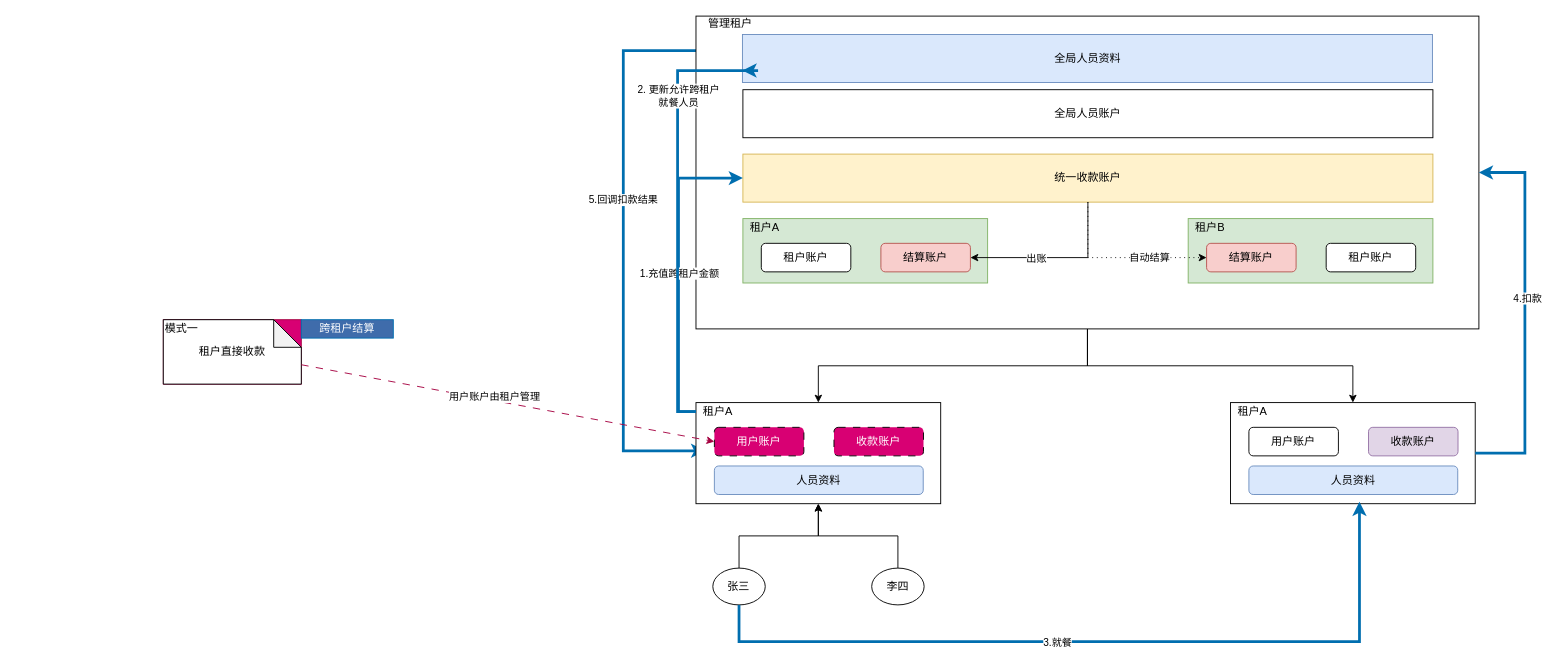
Above: 集团版设计.drawio in liolay/draw (draw.io), before the change. Source tidied: cells renumbered, new cells numbered last; positions are measured from the earlier drawing's top-left corner, leaving out a move shared by most shapes. Both pictures are drawn from the tidied source at 92%, with x=0, y=0 at pixel (163, 16).
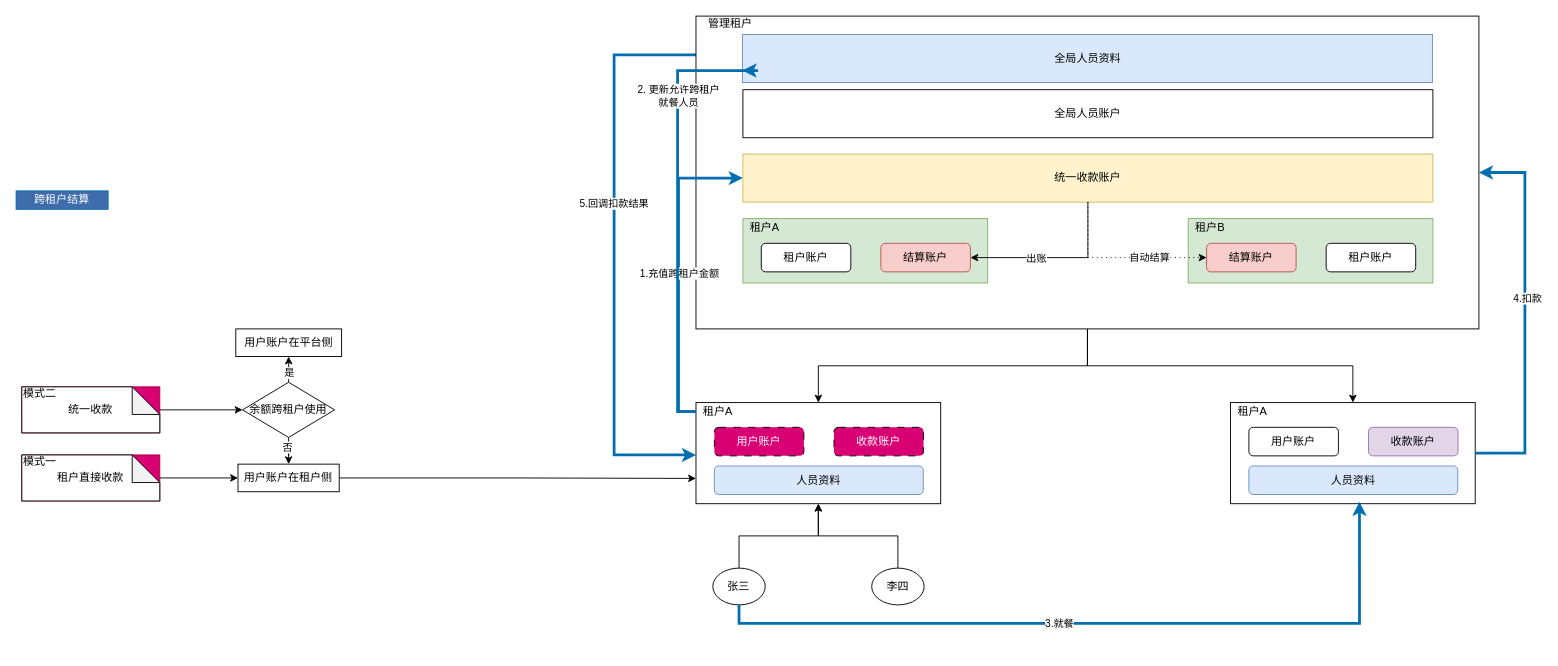
After the change.

Commit message (it also covers changes not shown here):
更新集团版设计.drawio

The change refers to these unchanged cells:
```xml
<mxCell id="25" value="张三" style="ellipse;whiteSpace=wrap;html=1;" parent="1" vertex="1">
  <mxGeometry x="597.3" y="600" width="57" height="40" as="geometry" />
</mxCell>
<mxCell id="27" style="rounded=0;whiteSpace=wrap;html=1;glass=0;" parent="26" vertex="1">
  <mxGeometry y="0.1" width="266" height="109.9" as="geometry" />
</mxCell>
<mxCell id="33" style="rounded=0;whiteSpace=wrap;html=1;glass=0;" parent="32" vertex="1">
  <mxGeometry y="0.1" width="266" height="109.9" as="geometry" />
</mxCell>
<mxCell id="35" value="用户账户" style="rounded=1;whiteSpace=wrap;html=1;strokeColor=light-dark(#030303, #ffa9e0);dashed=1;dashPattern=8 8;fillColor=#d80073;fontColor=#ffffff;" parent="32" vertex="1">
  <mxGeometry x="20" y="27" width="97.3" height="31" as="geometry" />
</mxCell>
```

Change to the diagram source:
```diff
@@
     <mxCell id="4" style="edgeStyle=orthogonalEdgeStyle;rounded=0;orthogonalLoop=1;jettySize=auto;html=1;exitX=0.006;exitY=0.118;exitDx=0;exitDy=0;entryX=0;entryY=0.5;entryDx=0;entryDy=0;fillColor=#1ba1e2;strokeColor=#006EAF;exitPerimeter=0;elbow=vertical;strokeWidth=3;" parent="1" edge="1">
       <mxGeometry relative="1" as="geometry">
-        <mxPoint x="594.1" y="37.6" as="sourcePoint" />
-        <mxPoint x="589" y="472.5" as="targetPoint" />
+        <mxPoint x="584.1" y="42.1" as="sourcePoint" />
+        <mxPoint x="579" y="477" as="targetPoint" />
         <Array as="points">
-          <mxPoint x="500" y="37.5" />
-          <mxPoint x="500" y="472.5" />
+          <mxPoint x="490" y="41.9" />
+          <mxPoint x="490" y="476.9" />
         </Array>
       </mxGeometry>
     </mxCell>
@@
     <mxCell id="41" style="group;fillColor=#d80073;fontColor=#ffffff;strokeColor=#A50040;" parent="1" vertex="1">
-      <mxGeometry y="330" width="150" height="70" as="geometry" />
+      <mxGeometry x="-153.8" y="477" width="150" height="50" as="geometry" />
     </mxCell>
     <mxCell id="42" value="租户直接收款" style="shape=note;whiteSpace=wrap;html=1;backgroundOutline=1;darkOpacity=0.05;" parent="41" vertex="1">
-      <mxGeometry width="150" height="70" as="geometry" />
+      <mxGeometry width="150" height="50" as="geometry" />
     </mxCell>
     <mxCell id="43" value="模式一" style="text;html=1;whiteSpace=wrap;strokeColor=none;fillColor=none;align=left;verticalAlign=middle;rounded=0;" parent="41" vertex="1">
-      <mxGeometry width="120" height="20" as="geometry" />
+      <mxGeometry width="120" height="14.3" as="geometry" />
     </mxCell>
-    <mxCell id="44" style="rounded=0;jettySize=auto;html=1;entryX=0;entryY=0.5;entryDx=0;entryDy=0;dashed=1;dashPattern=8 8;fillColor=#d80073;strokeColor=#A50040;" parent="1" edge="1" source="42" target="35">
-      <mxGeometry relative="1" as="geometry" />
-    </mxCell>
-    <mxCell id="45" value="用户账户由租户管理" style="edgeLabel;html=1;align=center;verticalAlign=middle;" parent="44" vertex="1">
-      <mxGeometry x="-0.07" y="4" relative="1" as="geometry" />
-    </mxCell>
     <mxCell id="46" value="跨租户结算" style="rounded=0;whiteSpace=wrap;html=1;fillColor=light-dark(#3f6cab, #198cc4);fontColor=#ffffff;strokeColor=#006EAF;" parent="1" vertex="1">
-      <mxGeometry x="150" y="330" width="100" height="20" as="geometry" />
+      <mxGeometry x="-160" y="190" width="100" height="20" as="geometry" />
     </mxCell>
@@
     <mxCell id="49" style="edgeStyle=orthogonalEdgeStyle;rounded=0;jettySize=auto;html=1;entryX=0.527;entryY=0.98;entryDx=0;entryDy=0;entryPerimeter=0;fillColor=#1ba1e2;strokeColor=#006EAF;strokeWidth=3;" parent="1" edge="1" source="25" target="27">
       <mxGeometry relative="1" as="geometry">
         <Array as="points">
-          <mxPoint x="626" y="680" />
-          <mxPoint x="1300" y="680" />
+          <mxPoint x="626" y="660" />
+          <mxPoint x="1300" y="660" />
         </Array>
       </mxGeometry>
     </mxCell>
@@
+    <mxCell id="55" value="用户账户在平台侧" style="rounded=0;whiteSpace=wrap;html=1;" parent="1" vertex="1">
+      <mxGeometry x="78.8" y="340" width="115" height="30" as="geometry" />
+    </mxCell>
+    <mxCell id="56" style="edgeStyle=orthogonalEdgeStyle;rounded=0;jettySize=auto;html=1;exitX=0.5;exitY=1;exitDx=0;exitDy=0;" parent="1" edge="1" source="60" target="62">
+      <mxGeometry relative="1" as="geometry" />
+    </mxCell>
+    <mxCell id="57" value="否" style="edgeLabel;html=1;align=center;verticalAlign=middle;" parent="56" vertex="1">
+      <mxGeometry x="-0.15" y="1" relative="1" as="geometry">
+        <mxPoint x="-1" y="-8" as="offset" />
+      </mxGeometry>
+    </mxCell>
+    <mxCell id="58" style="edgeStyle=orthogonalEdgeStyle;rounded=0;jettySize=auto;html=1;exitX=0.5;exitY=0;exitDx=0;exitDy=0;entryX=0.5;entryY=1;entryDx=0;entryDy=0;" parent="1" edge="1" source="60" target="55">
+      <mxGeometry relative="1" as="geometry" />
+    </mxCell>
+    <mxCell id="59" value="是" style="edgeLabel;html=1;align=center;verticalAlign=middle;" parent="58" vertex="1">
+      <mxGeometry x="0.08" y="2" relative="1" as="geometry">
+        <mxPoint x="2" y="5" as="offset" />
+      </mxGeometry>
+    </mxCell>
+    <mxCell id="60" value="余额跨租户使用" style="rhombus;whiteSpace=wrap;html=1;" parent="1" vertex="1">
+      <mxGeometry x="86.2" y="398" width="100" height="60" as="geometry" />
+    </mxCell>
+    <mxCell id="61" style="edgeStyle=orthogonalEdgeStyle;rounded=0;jettySize=auto;html=1;entryX=0;entryY=0.75;entryDx=0;entryDy=0;" parent="1" edge="1" source="62" target="33">
+      <mxGeometry relative="1" as="geometry" />
+    </mxCell>
+    <mxCell id="62" value="用户账户在租户侧" style="rounded=0;whiteSpace=wrap;html=1;" parent="1" vertex="1">
+      <mxGeometry x="81.2" y="487" width="110" height="30" as="geometry" />
+    </mxCell>
+    <mxCell id="63" style="edgeStyle=orthogonalEdgeStyle;rounded=0;jettySize=auto;html=1;entryX=0;entryY=0.5;entryDx=0;entryDy=0;" parent="1" edge="1" source="42" target="62">
+      <mxGeometry relative="1" as="geometry" />
+    </mxCell>
+    <mxCell id="64" style="group;fillColor=#d80073;fontColor=#ffffff;strokeColor=#A50040;" parent="1" vertex="1">
+      <mxGeometry x="-153.8" y="403" width="150" height="50" as="geometry" />
+    </mxCell>
+    <mxCell id="65" value="统一收款" style="shape=note;whiteSpace=wrap;html=1;backgroundOutline=1;darkOpacity=0.05;" parent="64" vertex="1">
+      <mxGeometry width="150" height="50" as="geometry" />
+    </mxCell>
+    <mxCell id="66" value="模式二" style="text;html=1;whiteSpace=wrap;strokeColor=none;fillColor=none;align=left;verticalAlign=middle;rounded=0;" parent="64" vertex="1">
+      <mxGeometry width="120" height="14.3" as="geometry" />
+    </mxCell>
+    <mxCell id="67" style="edgeStyle=orthogonalEdgeStyle;rounded=0;jettySize=auto;html=1;entryX=0;entryY=0.5;entryDx=0;entryDy=0;" parent="1" edge="1" source="65" target="60">
+      <mxGeometry relative="1" as="geometry" />
+    </mxCell>
```
